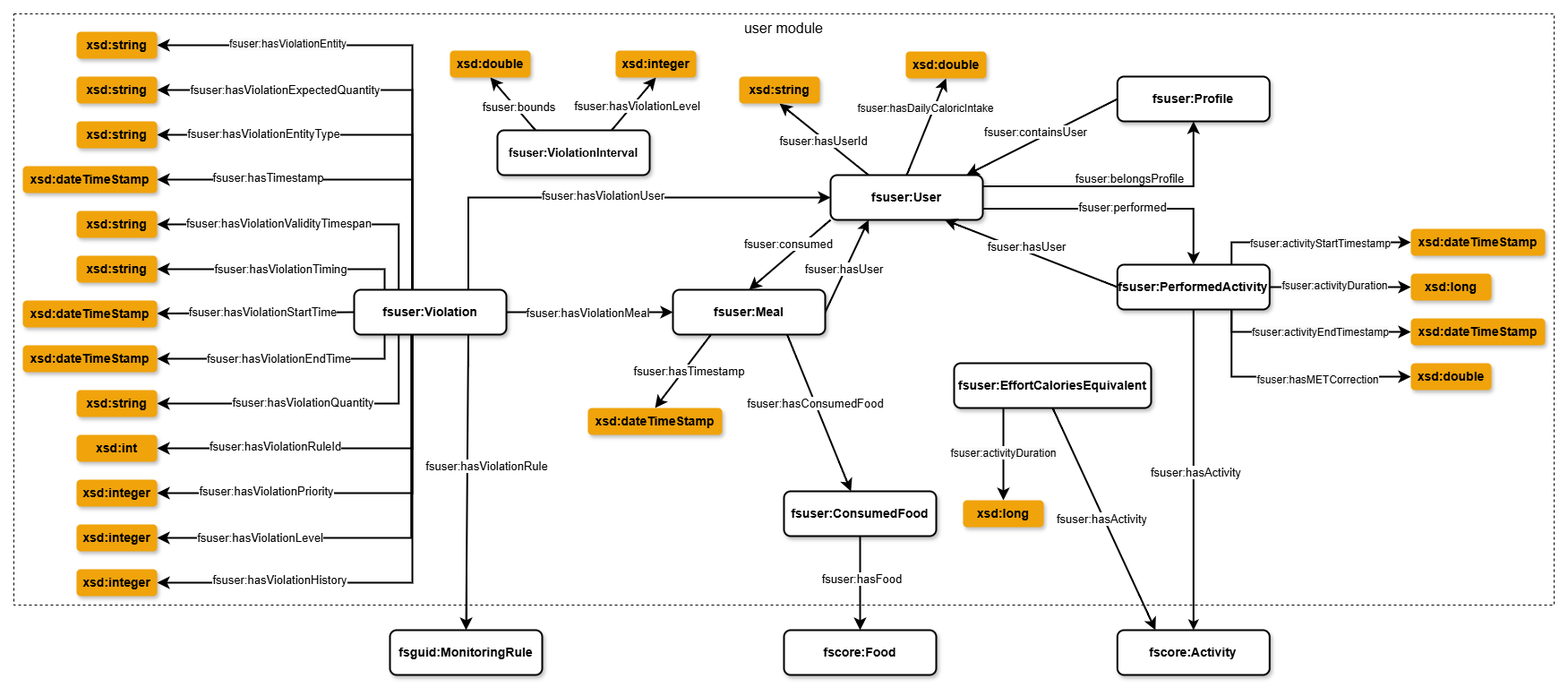
IDA-FBK/FuS-KG keeps this draw.io diagram as diagrams/user/user_module.png. Above is the earlier version. Source tidied: cells renumbered, new cells last; positions are measured from the earlier drawing's top-left corner, leaving out a move shared by most shapes.
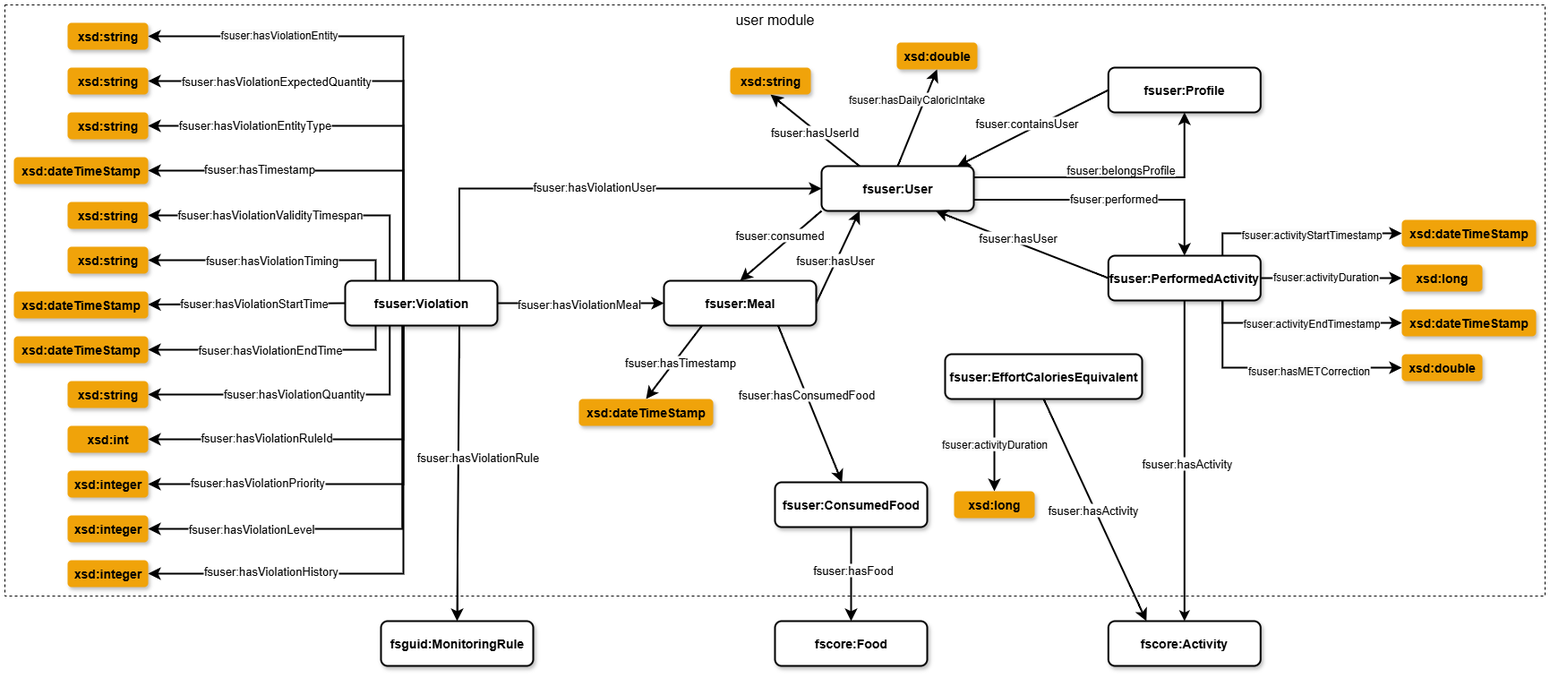
The same diagram one commit later.

What changed in the source:
```diff
@@ -5,26 +5,6 @@
     <mxCell id="2" value="user module" style="rounded=0;whiteSpace=wrap;html=1;verticalAlign=top;fontSize=16;fillColor=none;dashed=1;" parent="1" vertex="1">
       <mxGeometry width="1720" height="660" as="geometry" />
     </mxCell>
-    <mxCell id="3" style="edgeStyle=none;shape=connector;curved=1;rounded=0;jettySize=auto;html=1;exitX=0.25;exitY=0;exitDx=0;exitDy=0;entryX=0.5;entryY=1;entryDx=0;entryDy=0;strokeColor=default;strokeWidth=2;align=center;verticalAlign=middle;fontFamily=Helvetica;fontSize=13;fontColor=default;labelBackgroundColor=default;startSize=8;endArrow=classic;endSize=8;" parent="1" edge="1" source="7" target="86">
-      <mxGeometry relative="1" as="geometry" />
-    </mxCell>
-    <mxCell id="4" value="fsuser:bounds" style="edgeLabel;html=1;align=center;verticalAlign=middle;fontFamily=Helvetica;fontSize=13;fontColor=default;labelBackgroundColor=default;" parent="3" vertex="1">
-      <mxGeometry x="-0.26" relative="1" as="geometry">
-        <mxPoint y="-4" as="offset" />
-      </mxGeometry>
-    </mxCell>
-    <mxCell id="5" style="edgeStyle=none;shape=connector;curved=1;rounded=0;jettySize=auto;html=1;exitX=0.75;exitY=0;exitDx=0;exitDy=0;entryX=0.5;entryY=1;entryDx=0;entryDy=0;strokeColor=default;strokeWidth=2;align=center;verticalAlign=middle;fontFamily=Helvetica;fontSize=13;fontColor=default;labelBackgroundColor=default;startSize=8;endArrow=classic;endSize=8;" parent="1" edge="1" source="7" target="8">
-      <mxGeometry relative="1" as="geometry" />
-    </mxCell>
-    <mxCell id="6" value="fsuser:hasViolationLevel" style="edgeLabel;html=1;align=center;verticalAlign=middle;fontFamily=Helvetica;fontSize=13;fontColor=default;labelBackgroundColor=default;" parent="5" vertex="1">
-      <mxGeometry x="0.02" y="-4" relative="1" as="geometry" />
-    </mxCell>
-    <mxCell id="7" value="&lt;span style=&quot;font-size: 13px; text-align: left;&quot;&gt;fsuser:ViolationInterval&lt;/span&gt;" style="rounded=1;whiteSpace=wrap;html=1;strokeColor=default;strokeWidth=2;align=center;verticalAlign=middle;fontFamily=Helvetica;fontSize=14;fontColor=default;fillColor=default;shadow=1;fontStyle=1;" parent="1" vertex="1">
-      <mxGeometry x="540" y="130" width="170" height="50" as="geometry" />
-    </mxCell>
-    <mxCell id="8" value="&lt;span style=&quot;font-size: 14px;&quot;&gt;xsd:integer&lt;/span&gt;" style="rounded=1;whiteSpace=wrap;html=1;strokeWidth=1;fontStyle=1;shadow=1;fontSize=10;strokeColor=none;fillColor=#F0A30A;" parent="1" vertex="1">
-      <mxGeometry x="672" y="41" width="90" height="30" as="geometry" />
-    </mxCell>
     <mxCell id="9" style="edgeStyle=none;curved=1;rounded=0;jettySize=auto;html=1;exitX=0;exitY=0.5;exitDx=0;exitDy=0;entryX=0.893;entryY=-0.004;entryDx=0;entryDy=0;fontSize=13;startSize=8;endSize=8;strokeColor=default;strokeWidth=2;align=center;verticalAlign=middle;fontFamily=Helvetica;fontColor=default;labelBackgroundColor=default;endArrow=classic;entryPerimeter=0;" parent="1" edge="1" source="11" target="22">
       <mxGeometry relative="1" as="geometry" />
     </mxCell>
@@ -306,9 +286,6 @@
     <mxCell id="85" value="&lt;div style=&quot;text-align: left;&quot;&gt;fscore:Food&lt;/div&gt;" style="rounded=1;whiteSpace=wrap;html=1;strokeColor=default;strokeWidth=2;align=center;verticalAlign=middle;fontFamily=Helvetica;fontSize=14;fontColor=default;fillColor=default;shadow=1;fontStyle=1;" parent="1" vertex="1">
       <mxGeometry x="860" y="688" width="170" height="50" as="geometry" />
     </mxCell>
-    <mxCell id="86" value="&lt;span style=&quot;font-size: 14px;&quot;&gt;xsd:double&lt;/span&gt;" style="rounded=1;whiteSpace=wrap;html=1;strokeWidth=1;fontStyle=1;shadow=1;fontSize=10;strokeColor=none;fillColor=#F0A30A;" parent="1" vertex="1">
-      <mxGeometry x="487" y="41" width="90" height="30" as="geometry" />
-    </mxCell>
     <mxCell id="87" value="&lt;span style=&quot;font-size: 14px;&quot;&gt;xsd:dateTimeStamp&lt;/span&gt;" style="rounded=1;whiteSpace=wrap;html=1;strokeWidth=1;fontStyle=1;shadow=1;fontSize=10;strokeColor=none;fillColor=#F0A30A;" parent="1" vertex="1">
       <mxGeometry x="10" y="170" width="150" height="30" as="geometry" />
     </mxCell>
```
